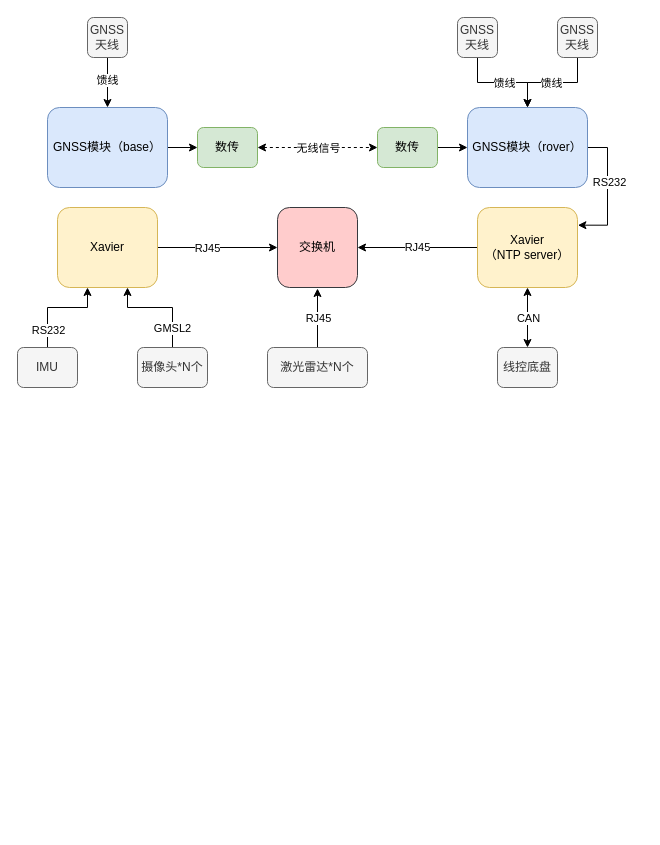
Above: ADU/system_deployment.drawio in mMikaa00/For_draw_io (draw.io), before the change. Source tidied: cells renumbered, new cells numbered last; positions are measured from the earlier drawing's top-left corner, leaving out a move shared by most shapes. Both pictures are drawn from the tidied source at 100%, with x=0, y=0 at pixel (17, 17).
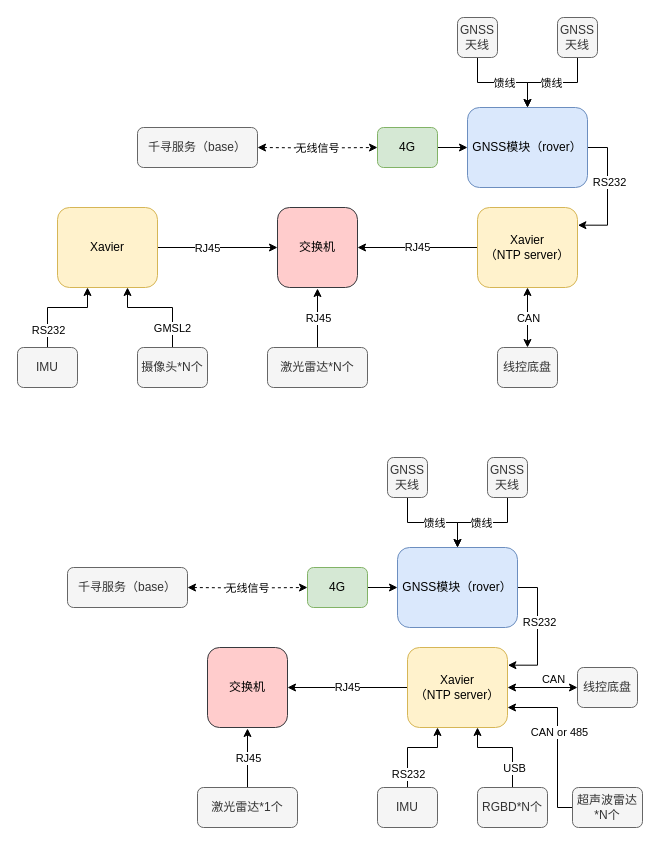
Above is the later version.

Diff of the diagram source:
```diff
@@
-    <mxCell id="22" style="edgeStyle=orthogonalEdgeStyle;rounded=0;jettySize=auto;html=1;" parent="1" edge="1" source="23" target="29">
-      <mxGeometry relative="1" as="geometry" />
-    </mxCell>
-    <mxCell id="23" value="GNSS模块（base）" style="rounded=1;whiteSpace=wrap;html=1;fillColor=#dae8fc;strokeColor=#6c8ebf;" parent="1" vertex="1">
-      <mxGeometry x="30" y="90" width="120" height="80" as="geometry" />
+    <mxCell id="23" value="千寻服务（base）" style="rounded=1;whiteSpace=wrap;html=1;fillColor=#f5f5f5;strokeColor=#666666;fontColor=#333333;" parent="1" vertex="1">
+      <mxGeometry x="120" y="110" width="120" height="40" as="geometry" />
     </mxCell>
-    <mxCell id="24" style="edgeStyle=orthogonalEdgeStyle;rounded=0;jettySize=auto;html=1;" parent="1" edge="1" source="26" target="23">
-      <mxGeometry relative="1" as="geometry" />
-    </mxCell>
-    <mxCell id="25" value="馈线" style="edgeLabel;html=1;align=center;verticalAlign=middle;" parent="24" vertex="1">
-      <mxGeometry x="0.13" y="-1" relative="1" as="geometry">
-        <mxPoint y="-6" as="offset" />
-      </mxGeometry>
-    </mxCell>
-    <mxCell id="26" value="GNSS天线" style="rounded=1;whiteSpace=wrap;html=1;fillColor=#f5f5f5;strokeColor=#666666;fontColor=#333333;" parent="1" vertex="1">
-      <mxGeometry x="70" width="40" height="40" as="geometry" />
-    </mxCell>
-    <mxCell id="27" style="edgeStyle=orthogonalEdgeStyle;rounded=0;jettySize=auto;html=1;entryX=0;entryY=0.5;entryDx=0;entryDy=0;startArrow=classic;startFill=1;dashed=1;" parent="1" edge="1" source="29" target="31">
-      <mxGeometry relative="1" as="geometry" />
+    <mxCell id="27" style="edgeStyle=orthogonalEdgeStyle;rounded=0;jettySize=auto;html=1;entryX=0;entryY=0.5;entryDx=0;entryDy=0;startArrow=classic;startFill=1;dashed=1;" parent="1" edge="1" target="31">
+      <mxGeometry relative="1" as="geometry">
+        <mxPoint x="240" y="130" as="sourcePoint" />
+      </mxGeometry>
     </mxCell>
@@
-    <mxCell id="29" value="数传" style="rounded=1;whiteSpace=wrap;html=1;fillColor=#d5e8d4;strokeColor=#82b366;" parent="1" vertex="1">
-      <mxGeometry x="180" y="110" width="60" height="40" as="geometry" />
-    </mxCell>
@@
-    <mxCell id="31" value="数传" style="rounded=1;whiteSpace=wrap;html=1;fillColor=#d5e8d4;strokeColor=#82b366;" parent="1" vertex="1">
+    <mxCell id="31" value="4G" style="rounded=1;whiteSpace=wrap;html=1;fillColor=#d5e8d4;strokeColor=#82b366;" parent="1" vertex="1">
       <mxGeometry x="360" y="110" width="60" height="40" as="geometry" />
     </mxCell>
@@
+    <mxCell id="40" style="edgeStyle=orthogonalEdgeStyle;rounded=0;jettySize=auto;html=1;entryX=1;entryY=0.5;entryDx=0;entryDy=0;exitX=1.004;exitY=0.221;exitDx=0;exitDy=0;startArrow=classic;startFill=1;endArrow=none;endFill=0;exitPerimeter=0;" parent="1" edge="1" source="44" target="45">
+      <mxGeometry relative="1" as="geometry">
+        <Array as="points">
+          <mxPoint x="520" y="648" />
+          <mxPoint x="520" y="570" />
+        </Array>
+      </mxGeometry>
+    </mxCell>
+    <mxCell id="41" value="RS232" style="edgeLabel;html=1;align=center;verticalAlign=middle;" parent="40" vertex="1">
+      <mxGeometry x="-0.12" y="-1" relative="1" as="geometry">
+        <mxPoint y="-17" as="offset" />
+      </mxGeometry>
+    </mxCell>
+    <mxCell id="42" style="edgeStyle=orthogonalEdgeStyle;rounded=0;jettySize=auto;html=1;entryX=1;entryY=0.5;entryDx=0;entryDy=0;startArrow=none;startFill=0;endArrow=classic;endFill=1;" parent="1" edge="1" source="44" target="68">
+      <mxGeometry relative="1" as="geometry" />
+    </mxCell>
+    <mxCell id="43" value="RJ45" style="edgeLabel;html=1;align=center;verticalAlign=middle;" parent="42" vertex="1">
+      <mxGeometry x="0.17" y="1" relative="1" as="geometry">
+        <mxPoint x="9" y="-2" as="offset" />
+      </mxGeometry>
+    </mxCell>
+    <mxCell id="44" value="Xavier&lt;br&gt;（NTP server）" style="rounded=1;whiteSpace=wrap;html=1;fillColor=#fff2cc;strokeColor=#d6b656;" parent="1" vertex="1">
+      <mxGeometry x="390" y="630" width="100" height="80" as="geometry" />
+    </mxCell>
+    <mxCell id="45" value="GNSS模块（rover）" style="rounded=1;whiteSpace=wrap;html=1;fillColor=#dae8fc;strokeColor=#6c8ebf;" parent="1" vertex="1">
+      <mxGeometry x="380" y="530" width="120" height="80" as="geometry" />
+    </mxCell>
+    <mxCell id="46" style="edgeStyle=orthogonalEdgeStyle;rounded=0;jettySize=auto;html=1;entryX=0.25;entryY=1;entryDx=0;entryDy=0;exitX=0.5;exitY=0;exitDx=0;exitDy=0;" parent="1" edge="1" source="48">
+      <mxGeometry relative="1" as="geometry">
+        <mxPoint x="420" y="710" as="targetPoint" />
+        <Array as="points">
+          <mxPoint x="390" y="730" />
+          <mxPoint x="420" y="730" />
+        </Array>
+      </mxGeometry>
+    </mxCell>
+    <mxCell id="47" value="RS232" style="edgeLabel;html=1;align=center;verticalAlign=middle;" parent="46" vertex="1">
+      <mxGeometry x="-0.37" y="-1" relative="1" as="geometry">
+        <mxPoint x="-1" y="14" as="offset" />
+      </mxGeometry>
+    </mxCell>
+    <mxCell id="48" value="IMU" style="rounded=1;whiteSpace=wrap;html=1;fillColor=#f5f5f5;strokeColor=#666666;fontColor=#333333;" parent="1" vertex="1">
+      <mxGeometry x="360" y="770" width="60" height="40" as="geometry" />
+    </mxCell>
+    <mxCell id="49" style="edgeStyle=orthogonalEdgeStyle;rounded=0;jettySize=auto;html=1;" parent="1" edge="1" source="51" target="45">
+      <mxGeometry relative="1" as="geometry" />
+    </mxCell>
+    <mxCell id="50" value="馈线" style="edgeLabel;html=1;align=center;verticalAlign=middle;" parent="49" vertex="1">
+      <mxGeometry x="0.13" y="-1" relative="1" as="geometry">
+        <mxPoint x="4" y="1" as="offset" />
+      </mxGeometry>
+    </mxCell>
+    <mxCell id="51" value="GNSS&lt;br&gt;天线" style="rounded=1;whiteSpace=wrap;html=1;fillColor=#f5f5f5;strokeColor=#666666;fontColor=#333333;" parent="1" vertex="1">
+      <mxGeometry x="470" y="440" width="40" height="40" as="geometry" />
+    </mxCell>
+    <mxCell id="52" style="edgeStyle=orthogonalEdgeStyle;rounded=0;jettySize=auto;html=1;entryX=1;entryY=0.5;entryDx=0;entryDy=0;startArrow=classic;startFill=1;" parent="1" edge="1" source="54" target="44">
+      <mxGeometry relative="1" as="geometry" />
+    </mxCell>
+    <mxCell id="53" value="CAN" style="edgeLabel;html=1;align=center;verticalAlign=middle;" parent="52" vertex="1">
+      <mxGeometry x="-0.3" relative="1" as="geometry">
+        <mxPoint y="-9" as="offset" />
+      </mxGeometry>
+    </mxCell>
+    <mxCell id="54" value="线控底盘" style="rounded=1;whiteSpace=wrap;html=1;fillColor=#f5f5f5;strokeColor=#666666;fontColor=#333333;" parent="1" vertex="1">
+      <mxGeometry x="560" y="650" width="60" height="40" as="geometry" />
+    </mxCell>
+    <mxCell id="55" style="edgeStyle=orthogonalEdgeStyle;rounded=0;jettySize=auto;html=1;" parent="1" edge="1" source="69">
+      <mxGeometry relative="1" as="geometry">
+        <mxPoint x="230" y="711" as="targetPoint" />
+      </mxGeometry>
+    </mxCell>
+    <mxCell id="56" value="RJ45" style="edgeLabel;html=1;align=center;verticalAlign=middle;" parent="55" vertex="1">
+      <mxGeometry x="-0.25" relative="1" as="geometry">
+        <mxPoint y="-8" as="offset" />
+      </mxGeometry>
+    </mxCell>
+    <mxCell id="57" style="edgeStyle=orthogonalEdgeStyle;rounded=0;jettySize=auto;html=1;entryX=0.75;entryY=1;entryDx=0;entryDy=0;exitX=0.5;exitY=0;exitDx=0;exitDy=0;" parent="1" edge="1" source="59">
+      <mxGeometry relative="1" as="geometry">
+        <mxPoint x="460" y="710" as="targetPoint" />
+        <Array as="points">
+          <mxPoint x="495" y="730" />
+          <mxPoint x="460" y="730" />
+        </Array>
+      </mxGeometry>
+    </mxCell>
+    <mxCell id="58" value="USB" style="edgeLabel;html=1;align=center;verticalAlign=middle;" parent="57" vertex="1">
+      <mxGeometry x="0.3" y="2" relative="1" as="geometry">
+        <mxPoint x="23" y="18" as="offset" />
+      </mxGeometry>
+    </mxCell>
+    <mxCell id="59" value="RGBD*N个" style="rounded=1;whiteSpace=wrap;html=1;fillColor=#f5f5f5;strokeColor=#666666;fontColor=#333333;" parent="1" vertex="1">
+      <mxGeometry x="460" y="770" width="70" height="40" as="geometry" />
+    </mxCell>
+    <mxCell id="60" value="千寻服务（base）" style="rounded=1;whiteSpace=wrap;html=1;fillColor=#f5f5f5;strokeColor=#666666;fontColor=#333333;" parent="1" vertex="1">
+      <mxGeometry x="50" y="550" width="120" height="40" as="geometry" />
+    </mxCell>
+    <mxCell id="61" style="edgeStyle=orthogonalEdgeStyle;rounded=0;jettySize=auto;html=1;entryX=0;entryY=0.5;entryDx=0;entryDy=0;startArrow=classic;startFill=1;dashed=1;" parent="1" edge="1" target="64">
+      <mxGeometry relative="1" as="geometry">
+        <mxPoint x="170" y="570" as="sourcePoint" />
+      </mxGeometry>
+    </mxCell>
+    <mxCell id="62" value="无线信号" style="edgeLabel;html=1;align=center;verticalAlign=middle;" parent="61" vertex="1">
+      <mxGeometry x="0.15" y="1" relative="1" as="geometry">
+        <mxPoint x="-9" y="1" as="offset" />
+      </mxGeometry>
+    </mxCell>
+    <mxCell id="63" style="edgeStyle=orthogonalEdgeStyle;rounded=0;jettySize=auto;html=1;startArrow=none;startFill=0;endArrow=classic;endFill=1;" parent="1" edge="1" source="64" target="45">
+      <mxGeometry relative="1" as="geometry" />
+    </mxCell>
+    <mxCell id="64" value="4G" style="rounded=1;whiteSpace=wrap;html=1;fillColor=#d5e8d4;strokeColor=#82b366;" parent="1" vertex="1">
+      <mxGeometry x="290" y="550" width="60" height="40" as="geometry" />
+    </mxCell>
+    <mxCell id="65" style="edgeStyle=orthogonalEdgeStyle;rounded=0;jettySize=auto;html=1;entryX=0.5;entryY=0;entryDx=0;entryDy=0;" parent="1" edge="1" source="67" target="45">
+      <mxGeometry relative="1" as="geometry" />
+    </mxCell>
+    <mxCell id="66" value="馈线" style="edgeLabel;html=1;align=center;verticalAlign=middle;" parent="65" vertex="1">
+      <mxGeometry x="-0.16" relative="1" as="geometry">
+        <mxPoint x="9" as="offset" />
+      </mxGeometry>
+    </mxCell>
+    <mxCell id="67" value="GNSS&lt;br&gt;天线" style="rounded=1;whiteSpace=wrap;html=1;fillColor=#f5f5f5;strokeColor=#666666;fontColor=#333333;" parent="1" vertex="1">
+      <mxGeometry x="370" y="440" width="40" height="40" as="geometry" />
+    </mxCell>
+    <mxCell id="68" value="交换机" style="rounded=1;whiteSpace=wrap;html=1;fillColor=#ffcccc;strokeColor=#36393d;" parent="1" vertex="1">
+      <mxGeometry x="190" y="630" width="80" height="80" as="geometry" />
+    </mxCell>
+    <mxCell id="69" value="激光雷达*1个" style="rounded=1;whiteSpace=wrap;html=1;fillColor=#f5f5f5;strokeColor=#666666;fontColor=#333333;" parent="1" vertex="1">
+      <mxGeometry x="180" y="770" width="100" height="40" as="geometry" />
+    </mxCell>
+    <mxCell id="70" style="edgeStyle=orthogonalEdgeStyle;rounded=0;jettySize=auto;html=1;entryX=1;entryY=0.75;entryDx=0;entryDy=0;" parent="1" edge="1" source="72" target="44">
+      <mxGeometry relative="1" as="geometry">
+        <Array as="points">
+          <mxPoint x="540" y="790" />
+          <mxPoint x="540" y="690" />
+        </Array>
+      </mxGeometry>
+    </mxCell>
+    <mxCell id="71" value="CAN or 485" style="edgeLabel;html=1;align=center;verticalAlign=middle;" parent="70" vertex="1">
+      <mxGeometry x="0.1" y="-1" relative="1" as="geometry" />
+    </mxCell>
+    <mxCell id="72" value="超声波雷达*N个" style="rounded=1;whiteSpace=wrap;html=1;fillColor=#f5f5f5;strokeColor=#666666;fontColor=#333333;" parent="1" vertex="1">
+      <mxGeometry x="555" y="770" width="70" height="40" as="geometry" />
+    </mxCell>
```
